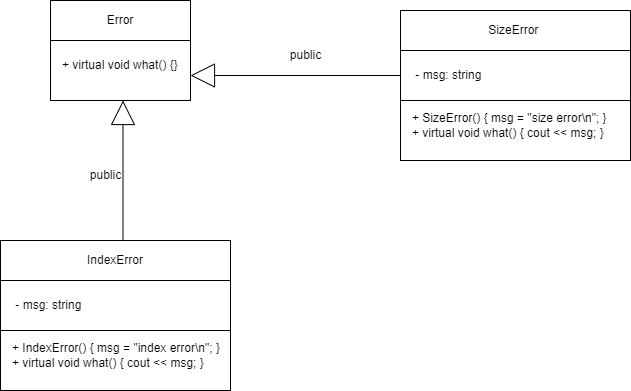
IlyaFedoseev227/LABS-PNRPU-IVT-22-1b keeps this draw.io diagram as 2 Семестр/Class/Лаба 9/Лаба 9 Классы.png. Above is the earlier version. Source tidied: cells renumbered, new cells last; positions are measured from the earlier drawing's top-left corner, leaving out a move shared by most shapes. Its diagram source:
```xml
<mxGraphModel>
  <root>
    <mxCell id="0" />
    <mxCell id="1" parent="0" />
    <mxCell id="2" style="rounded=0;whiteSpace=wrap;html=1;" parent="1" vertex="1">
      <mxGeometry x="50" width="140" height="100" as="geometry" />
    </mxCell>
    <mxCell id="3" value="Error" style="rounded=0;whiteSpace=wrap;html=1;" parent="1" vertex="1">
      <mxGeometry x="50" width="140" height="40" as="geometry" />
    </mxCell>
    <mxCell id="4" value="+ virtual void what() {}" style="text;html=1;align=left;verticalAlign=middle;strokeColor=none;fillColor=none;" parent="1" vertex="1">
      <mxGeometry x="60" y="50" width="140" height="30" as="geometry" />
    </mxCell>
    <mxCell id="5" style="rounded=0;whiteSpace=wrap;html=1;" parent="1" vertex="1">
      <mxGeometry y="240" width="230" height="150" as="geometry" />
    </mxCell>
    <mxCell id="6" value="IndexError" style="rounded=0;whiteSpace=wrap;html=1;" parent="1" vertex="1">
      <mxGeometry y="240" width="230" height="40" as="geometry" />
    </mxCell>
    <mxCell id="7" value="&lt;div&gt;+ IndexError() { msg = &quot;index error\n&quot;; }&lt;span style=&quot;&quot;&gt;&lt;/span&gt;&lt;/div&gt;&lt;div&gt;&lt;span style=&quot;white-space: pre;&quot;&gt;+ &lt;/span&gt;virtual void what() { cout &amp;lt;&amp;lt; msg; }&lt;/div&gt;" style="text;html=1;align=left;verticalAlign=middle;strokeColor=none;fillColor=none;" parent="1" vertex="1">
      <mxGeometry x="10" y="335" width="230" height="40" as="geometry" />
    </mxCell>
    <mxCell id="8" style="rounded=0;whiteSpace=wrap;html=1;" parent="1" vertex="1">
      <mxGeometry y="280" width="230" height="50" as="geometry" />
    </mxCell>
    <mxCell id="9" value="&amp;nbsp;- msg: string" style="text;html=1;align=left;verticalAlign=middle;strokeColor=none;fillColor=none;" parent="1" vertex="1">
      <mxGeometry x="10" y="290" width="90" height="30" as="geometry" />
    </mxCell>
    <mxCell id="10" style="edgeStyle=orthogonalEdgeStyle;rounded=0;orthogonalLoop=1;jettySize=auto;html=1;endArrow=block;endFill=0;strokeWidth=1;endSize=22;exitX=0.5;exitY=0;exitDx=0;exitDy=0;" parent="1" edge="1">
      <mxGeometry relative="1" as="geometry">
        <mxPoint x="122.5" y="240" as="sourcePoint" />
        <mxPoint x="122.5" y="100" as="targetPoint" />
      </mxGeometry>
    </mxCell>
    <mxCell id="11" value="public" style="text;html=1;align=center;verticalAlign=middle;strokeColor=none;fillColor=none;" parent="1" vertex="1">
      <mxGeometry x="80" y="160" width="50" height="30" as="geometry" />
    </mxCell>
    <mxCell id="12" style="rounded=0;whiteSpace=wrap;html=1;" parent="1" vertex="1">
      <mxGeometry x="400" y="10" width="230" height="150" as="geometry" />
    </mxCell>
    <mxCell id="13" value="SizeError&amp;nbsp;" style="rounded=0;whiteSpace=wrap;html=1;" parent="1" vertex="1">
      <mxGeometry x="400" y="10" width="230" height="40" as="geometry" />
    </mxCell>
    <mxCell id="14" value="&lt;div&gt;+ SizeError() { msg = &quot;size error\n&quot;; }&lt;span style=&quot;&quot;&gt;&lt;/span&gt;&lt;/div&gt;&lt;div&gt;&lt;span style=&quot;white-space: pre;&quot;&gt;+ &lt;/span&gt;virtual void what() { cout &amp;lt;&amp;lt; msg; }&lt;/div&gt;" style="text;html=1;align=left;verticalAlign=middle;strokeColor=none;fillColor=none;" parent="1" vertex="1">
      <mxGeometry x="410" y="105" width="220" height="40" as="geometry" />
    </mxCell>
    <mxCell id="15" style="rounded=0;whiteSpace=wrap;html=1;" parent="1" vertex="1">
      <mxGeometry x="400" y="50" width="230" height="50" as="geometry" />
    </mxCell>
    <mxCell id="16" value="&amp;nbsp;- msg: string" style="text;html=1;align=left;verticalAlign=middle;strokeColor=none;fillColor=none;" parent="1" vertex="1">
      <mxGeometry x="410" y="60" width="90" height="30" as="geometry" />
    </mxCell>
    <mxCell id="17" style="edgeStyle=orthogonalEdgeStyle;rounded=0;jettySize=auto;html=1;endArrow=block;endFill=0;strokeWidth=1;endSize=22;entryX=1;entryY=0.75;entryDx=0;entryDy=0;exitX=0;exitY=0.5;exitDx=0;exitDy=0;" parent="1" edge="1" source="15" target="2">
      <mxGeometry relative="1" as="geometry" />
    </mxCell>
    <mxCell id="18" value="public" style="text;html=1;align=center;verticalAlign=middle;strokeColor=none;fillColor=none;" parent="1" vertex="1">
      <mxGeometry x="280" y="40" width="50" height="30" as="geometry" />
    </mxCell>
  </root>
</mxGraphModel>
```
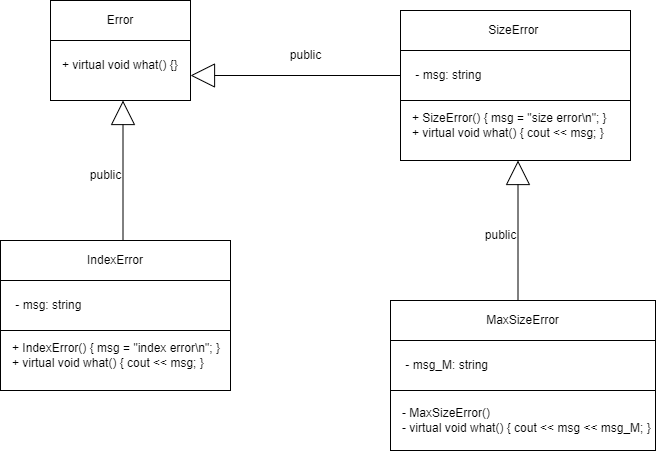
The same file after the commit.

What changed in the source:
```diff
@@ -56,5 +56,29 @@
     <mxCell id="18" value="public" style="text;html=1;align=center;verticalAlign=middle;strokeColor=none;fillColor=none;" parent="1" vertex="1">
       <mxGeometry x="280" y="40" width="50" height="30" as="geometry" />
     </mxCell>
+    <mxCell id="19" style="rounded=0;whiteSpace=wrap;html=1;" parent="1" vertex="1">
+      <mxGeometry x="390" y="300" width="265" height="150" as="geometry" />
+    </mxCell>
+    <mxCell id="20" value="MaxSizeError" style="rounded=0;whiteSpace=wrap;html=1;" parent="1" vertex="1">
+      <mxGeometry x="390" y="300" width="265" height="40" as="geometry" />
+    </mxCell>
+    <mxCell id="21" value="&lt;div&gt;- MaxSizeError()&lt;/div&gt;&lt;div&gt;&lt;span style=&quot;white-space: pre;&quot;&gt;- &lt;/span&gt;virtual void what() { cout &amp;lt;&amp;lt; msg &amp;lt;&amp;lt; msg_M; }&lt;/div&gt;" style="text;html=1;align=left;verticalAlign=middle;strokeColor=none;fillColor=none;" parent="1" vertex="1">
+      <mxGeometry x="400" y="400" width="270" height="40" as="geometry" />
+    </mxCell>
+    <mxCell id="22" style="rounded=0;whiteSpace=wrap;html=1;" parent="1" vertex="1">
+      <mxGeometry x="390" y="340" width="265" height="50" as="geometry" />
+    </mxCell>
+    <mxCell id="23" value="&amp;nbsp;- msg_M: string" style="text;html=1;align=left;verticalAlign=middle;strokeColor=none;fillColor=none;" parent="1" vertex="1">
+      <mxGeometry x="400" y="350" width="110" height="30" as="geometry" />
+    </mxCell>
+    <mxCell id="24" style="edgeStyle=orthogonalEdgeStyle;rounded=0;orthogonalLoop=1;jettySize=auto;html=1;endArrow=block;endFill=0;strokeWidth=1;endSize=22;exitX=0.5;exitY=0;exitDx=0;exitDy=0;" parent="1" edge="1">
+      <mxGeometry relative="1" as="geometry">
+        <mxPoint x="517.5" y="300" as="sourcePoint" />
+        <mxPoint x="517.5" y="160" as="targetPoint" />
+      </mxGeometry>
+    </mxCell>
+    <mxCell id="25" value="public" style="text;html=1;align=center;verticalAlign=middle;strokeColor=none;fillColor=none;" parent="1" vertex="1">
+      <mxGeometry x="475" y="220" width="50" height="30" as="geometry" />
+    </mxCell>
   </root>
 </mxGraphModel>
```
